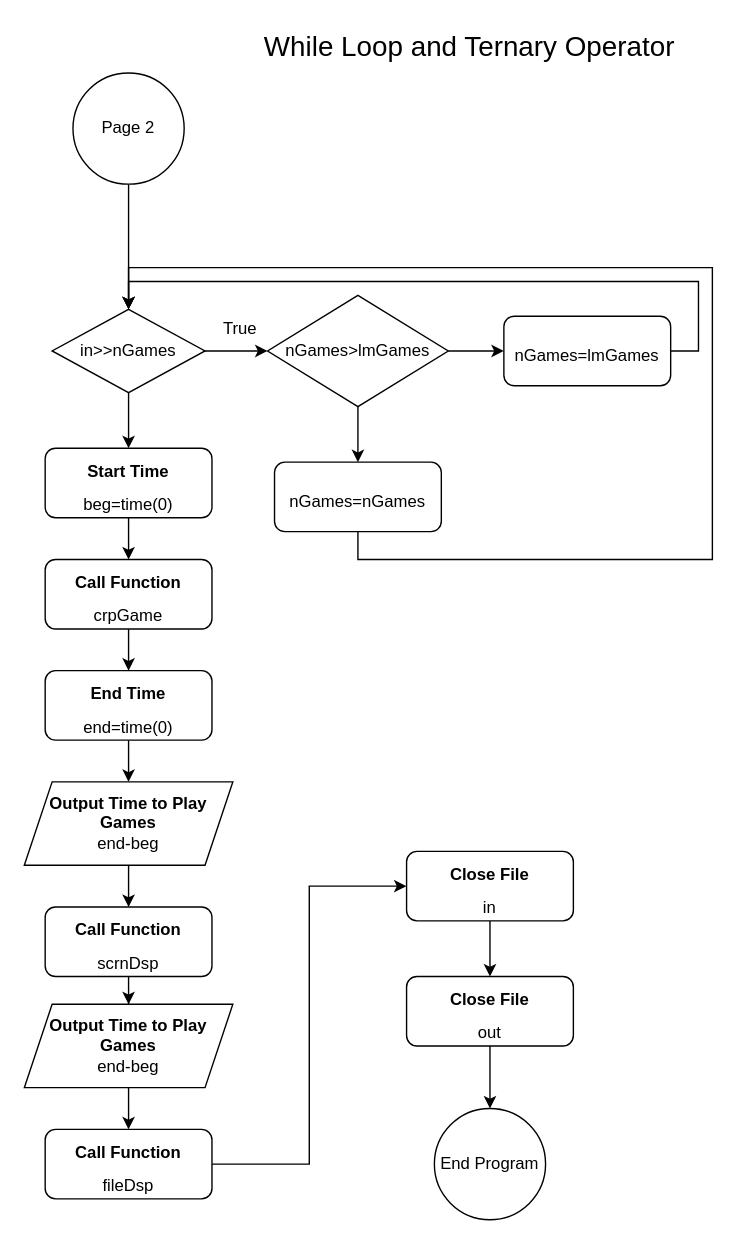
This is page "Page-2" (2 of 7) of Lab/Untitled Diagram.drawio from ce2791334/EnglandCody_CSC17A_49287, a draw.io file, before an edit. Source tidied: cells renumbered, new cells numbered last; positions are measured from the earlier drawing's top-left corner, leaving out a move shared by most shapes. Both pictures are drawn from the tidied source at 139%, with x=0, y=0 at pixel (24, 24).
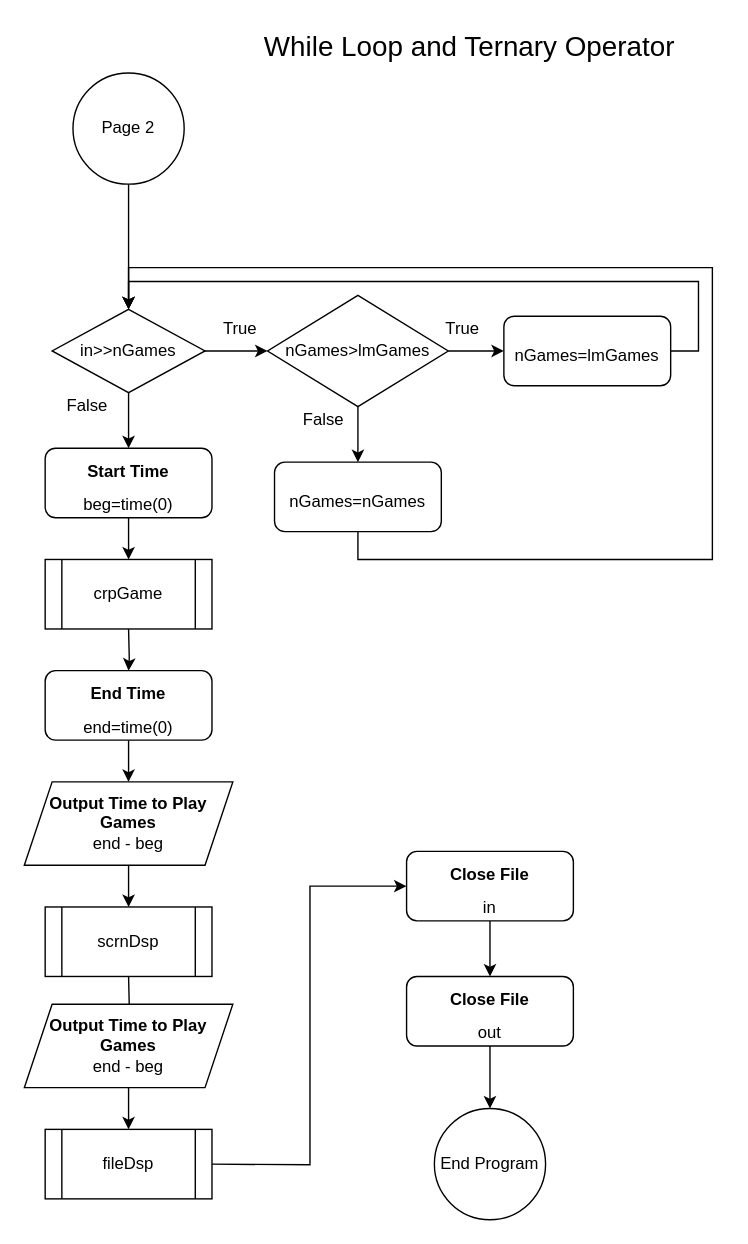
After the change.

The change refers to these unchanged cells:
```xml
<mxCell id="16" value="&lt;span style=&quot;font-size: 12px&quot;&gt;&lt;b&gt;Start Time&lt;/b&gt;&lt;br&gt;beg=time(0)&lt;br&gt;&lt;/span&gt;" style="rounded=1;whiteSpace=wrap;html=1;strokeWidth=1;fontSize=20;align=center;" parent="1" vertex="1">
  <mxGeometry x="15" y="305" width="120" height="50" as="geometry" />
</mxCell>
<mxCell id="24" value="&lt;span style=&quot;font-size: 12px&quot;&gt;&lt;b&gt;End Time&lt;/b&gt;&lt;br&gt;end=time(0)&lt;br&gt;&lt;/span&gt;" style="rounded=1;whiteSpace=wrap;html=1;strokeWidth=1;fontSize=20;align=center;" parent="1" vertex="1">
  <mxGeometry x="15" y="465" width="120" height="50" as="geometry" />
</mxCell>
<mxCell id="37" value="&lt;font style=&quot;font-size: 12px&quot;&gt;&lt;b&gt;Close File&lt;br&gt;&lt;/b&gt;in&lt;br&gt;&lt;/font&gt;" style="rounded=1;whiteSpace=wrap;html=1;strokeWidth=1;fontSize=20;align=center;" parent="1" vertex="1">
  <mxGeometry x="275" y="595" width="120" height="50" as="geometry" />
</mxCell>
```

Diff of the diagram source:
```diff
@@
-    <mxCell id="17" style="edgeStyle=orthogonalEdgeStyle;rounded=0;jettySize=auto;html=1;exitX=0.5;exitY=1;exitDx=0;exitDy=0;fontSize=12;" parent="1" edge="1" source="18" target="24">
-      <mxGeometry relative="1" as="geometry" />
+    <mxCell id="17" style="edgeStyle=orthogonalEdgeStyle;rounded=0;jettySize=auto;html=1;exitX=0.5;exitY=1;exitDx=0;exitDy=0;fontSize=12;" parent="1" edge="1" target="24">
+      <mxGeometry relative="1" as="geometry">
+        <mxPoint x="75" y="435" as="sourcePoint" />
+      </mxGeometry>
     </mxCell>
-    <mxCell id="18" value="&lt;font style=&quot;font-size: 12px&quot;&gt;&lt;b&gt;Call Function&lt;/b&gt;&lt;br&gt;crpGame&lt;/font&gt;" style="rounded=1;whiteSpace=wrap;html=1;strokeWidth=1;fontSize=20;align=center;" parent="1" vertex="1">
-      <mxGeometry x="15" y="385" width="120" height="50" as="geometry" />
-    </mxCell>
@@
-    <mxCell id="20" style="edgeStyle=orthogonalEdgeStyle;rounded=0;jettySize=auto;html=1;exitX=0.5;exitY=1;exitDx=0;exitDy=0;fontSize=20;" parent="1" edge="1" source="16" target="18">
-      <mxGeometry relative="1" as="geometry" />
+    <mxCell id="20" style="edgeStyle=orthogonalEdgeStyle;rounded=0;jettySize=auto;html=1;exitX=0.5;exitY=1;exitDx=0;exitDy=0;fontSize=20;" parent="1" edge="1" source="16">
+      <mxGeometry relative="1" as="geometry">
+        <mxPoint x="75" y="385" as="targetPoint" />
+      </mxGeometry>
     </mxCell>
@@
-    <mxCell id="25" style="edgeStyle=orthogonalEdgeStyle;rounded=0;jettySize=auto;html=1;exitX=0.5;exitY=1;exitDx=0;exitDy=0;fontSize=12;" parent="1" edge="1" source="26" target="28">
-      <mxGeometry relative="1" as="geometry" />
+    <mxCell id="25" style="edgeStyle=orthogonalEdgeStyle;rounded=0;jettySize=auto;html=1;exitX=0.5;exitY=1;exitDx=0;exitDy=0;fontSize=12;" parent="1" edge="1" source="26">
+      <mxGeometry relative="1" as="geometry">
+        <mxPoint x="75" y="635" as="targetPoint" />
+      </mxGeometry>
     </mxCell>
-    <mxCell id="26" value="&lt;b&gt;Output Time to Play Games&lt;/b&gt;&lt;br&gt;end-beg" style="shape=parallelogram;perimeter=parallelogramPerimeter;whiteSpace=wrap;html=1;fixedSize=1;strokeWidth=1;fontSize=12;align=center;" parent="1" vertex="1">
+    <mxCell id="26" value="&lt;b&gt;Output Time to Play Games&lt;/b&gt;&lt;br&gt;end - beg" style="shape=parallelogram;perimeter=parallelogramPerimeter;whiteSpace=wrap;html=1;fixedSize=1;strokeWidth=1;fontSize=12;align=center;" parent="1" vertex="1">
       <mxGeometry y="545" width="150" height="60" as="geometry" />
     </mxCell>
-    <mxCell id="27" style="edgeStyle=orthogonalEdgeStyle;rounded=0;jettySize=auto;html=1;exitX=0.5;exitY=1;exitDx=0;exitDy=0;fontSize=12;" parent="1" edge="1" source="28" target="30">
-      <mxGeometry relative="1" as="geometry" />
+    <mxCell id="27" style="edgeStyle=orthogonalEdgeStyle;rounded=0;jettySize=auto;html=1;exitX=0.5;exitY=1;exitDx=0;exitDy=0;fontSize=12;" parent="1" edge="1" target="30">
+      <mxGeometry relative="1" as="geometry">
+        <mxPoint x="75" y="685" as="sourcePoint" />
+      </mxGeometry>
     </mxCell>
-    <mxCell id="28" value="&lt;font style=&quot;font-size: 12px&quot;&gt;&lt;b&gt;Call Function&lt;/b&gt;&lt;br&gt;scrnDsp&lt;br&gt;&lt;/font&gt;" style="rounded=1;whiteSpace=wrap;html=1;strokeWidth=1;fontSize=20;align=center;" parent="1" vertex="1">
-      <mxGeometry x="15" y="635" width="120" height="50" as="geometry" />
-    </mxCell>
-    <mxCell id="29" style="edgeStyle=orthogonalEdgeStyle;rounded=0;jettySize=auto;html=1;exitX=0.5;exitY=1;exitDx=0;exitDy=0;fontSize=12;" parent="1" edge="1" source="30" target="33">
-      <mxGeometry relative="1" as="geometry" />
+    <mxCell id="29" style="edgeStyle=orthogonalEdgeStyle;rounded=0;jettySize=auto;html=1;exitX=0.5;exitY=1;exitDx=0;exitDy=0;fontSize=12;" parent="1" edge="1" source="30">
+      <mxGeometry relative="1" as="geometry">
+        <mxPoint x="75" y="795" as="targetPoint" />
+      </mxGeometry>
     </mxCell>
-    <mxCell id="30" value="&lt;b&gt;Output Time to Play Games&lt;/b&gt;&lt;br&gt;end-beg" style="shape=parallelogram;perimeter=parallelogramPerimeter;whiteSpace=wrap;html=1;fixedSize=1;strokeWidth=1;fontSize=12;align=center;" parent="1" vertex="1">
+    <mxCell id="30" value="&lt;b&gt;Output Time to Play Games&lt;/b&gt;&lt;br&gt;end - beg" style="shape=parallelogram;perimeter=parallelogramPerimeter;whiteSpace=wrap;html=1;fixedSize=1;strokeWidth=1;fontSize=12;align=center;" parent="1" vertex="1">
       <mxGeometry y="705" width="150" height="60" as="geometry" />
     </mxCell>
-    <mxCell id="31" style="edgeStyle=orthogonalEdgeStyle;rounded=0;orthogonalLoop=1;jettySize=auto;html=1;exitX=0.5;exitY=1;exitDx=0;exitDy=0;fontSize=12;" parent="1" edge="1" source="28" target="28">
-      <mxGeometry relative="1" as="geometry" />
+    <mxCell id="31" style="edgeStyle=orthogonalEdgeStyle;rounded=0;orthogonalLoop=1;jettySize=auto;html=1;exitX=0.5;exitY=1;exitDx=0;exitDy=0;fontSize=12;" parent="1" edge="1">
+      <mxGeometry relative="1" as="geometry">
+        <mxPoint x="75" y="685" as="sourcePoint" />
+        <mxPoint x="75" y="685" as="targetPoint" />
+      </mxGeometry>
     </mxCell>
-    <mxCell id="32" style="edgeStyle=orthogonalEdgeStyle;rounded=0;jettySize=auto;html=1;exitX=1;exitY=0.5;exitDx=0;exitDy=0;entryX=0;entryY=0.5;entryDx=0;entryDy=0;fontSize=12;" parent="1" edge="1" source="33" target="37">
-      <mxGeometry relative="1" as="geometry" />
+    <mxCell id="32" style="edgeStyle=orthogonalEdgeStyle;rounded=0;jettySize=auto;html=1;exitX=1;exitY=0.5;exitDx=0;exitDy=0;entryX=0;entryY=0.5;entryDx=0;entryDy=0;fontSize=12;" parent="1" edge="1" target="37">
+      <mxGeometry relative="1" as="geometry">
+        <mxPoint x="135" y="820" as="sourcePoint" />
+      </mxGeometry>
     </mxCell>
-    <mxCell id="33" value="&lt;font style=&quot;font-size: 12px&quot;&gt;&lt;b&gt;Call Function&lt;/b&gt;&lt;br&gt;fileDsp&lt;br&gt;&lt;/font&gt;" style="rounded=1;whiteSpace=wrap;html=1;strokeWidth=1;fontSize=20;align=center;" parent="1" vertex="1">
-      <mxGeometry x="15" y="795" width="120" height="50" as="geometry" />
-    </mxCell>
@@
+    <mxCell id="40" value="&lt;span&gt;crpGame&lt;/span&gt;" style="shape=process;whiteSpace=wrap;html=1;backgroundOutline=1;" parent="1" vertex="1">
+      <mxGeometry x="15" y="385" width="120" height="50" as="geometry" />
+    </mxCell>
+    <mxCell id="41" value="&lt;span&gt;scrnDsp&lt;/span&gt;" style="shape=process;whiteSpace=wrap;html=1;backgroundOutline=1;" parent="1" vertex="1">
+      <mxGeometry x="15" y="635" width="120" height="50" as="geometry" />
+    </mxCell>
+    <mxCell id="42" value="&lt;span&gt;fileDsp&lt;/span&gt;" style="shape=process;whiteSpace=wrap;html=1;backgroundOutline=1;" parent="1" vertex="1">
+      <mxGeometry x="15" y="795" width="120" height="50" as="geometry" />
+    </mxCell>
+    <mxCell id="43" value="&lt;font style=&quot;font-size: 12px&quot;&gt;True&lt;/font&gt;" style="text;html=1;align=center;verticalAlign=middle;fontSize=20;" parent="1" vertex="1">
+      <mxGeometry x="295" y="200" width="40" height="30" as="geometry" />
+    </mxCell>
+    <mxCell id="44" value="False" style="text;html=1;align=center;verticalAlign=middle;" parent="1" vertex="1">
+      <mxGeometry x="190" y="275" width="50" height="20" as="geometry" />
+    </mxCell>
+    <mxCell id="45" value="False" style="text;html=1;align=center;verticalAlign=middle;" parent="1" vertex="1">
+      <mxGeometry x="20" y="265" width="50" height="20" as="geometry" />
+    </mxCell>
```
